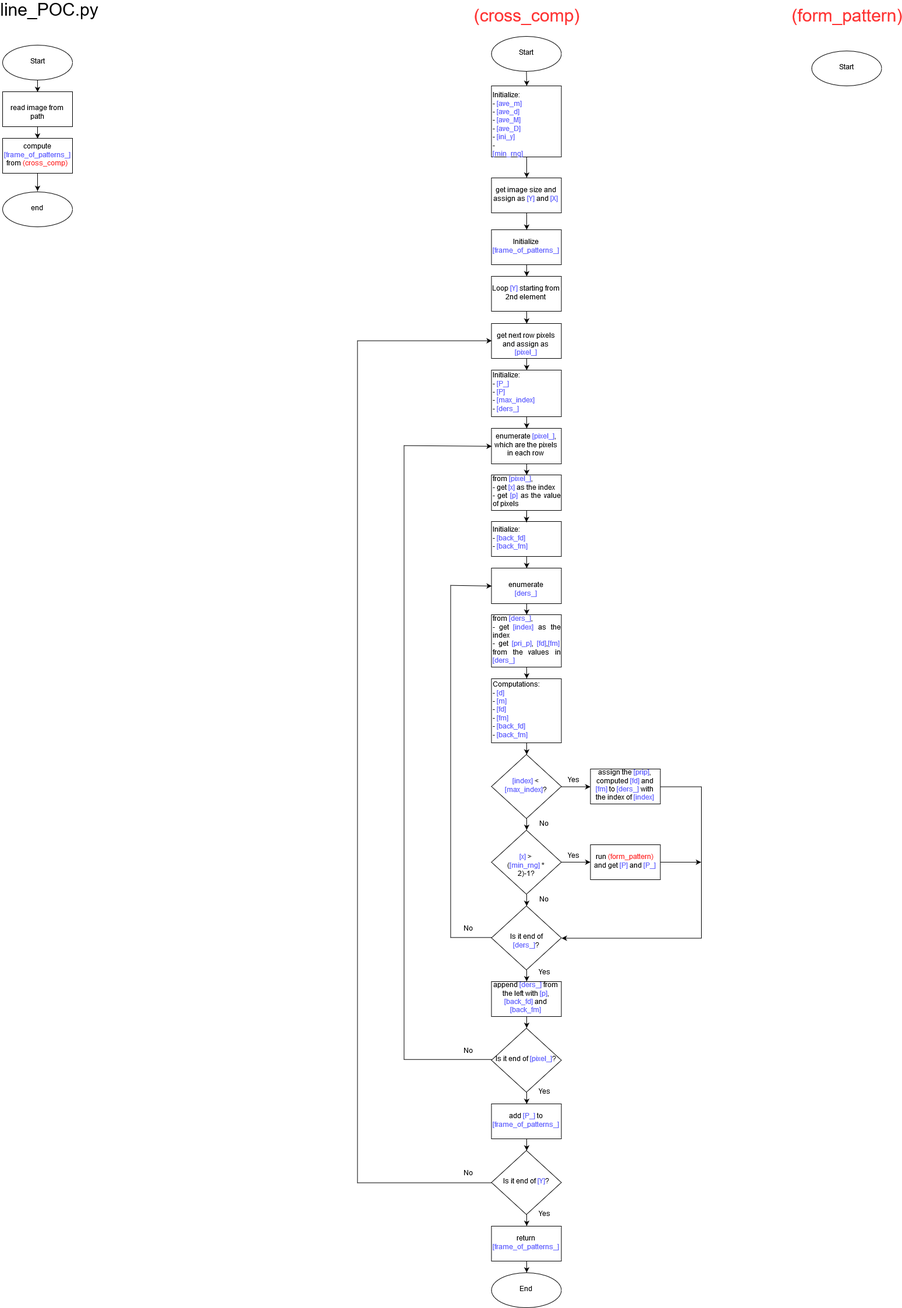
Above: line_1D_alg/line_POC.png in boris-kz/CogAlg (draw.io), before the change. Source tidied: cells renumbered, new cells last; positions are measured from the earlier drawing's top-left corner, leaving out a move shared by most shapes.
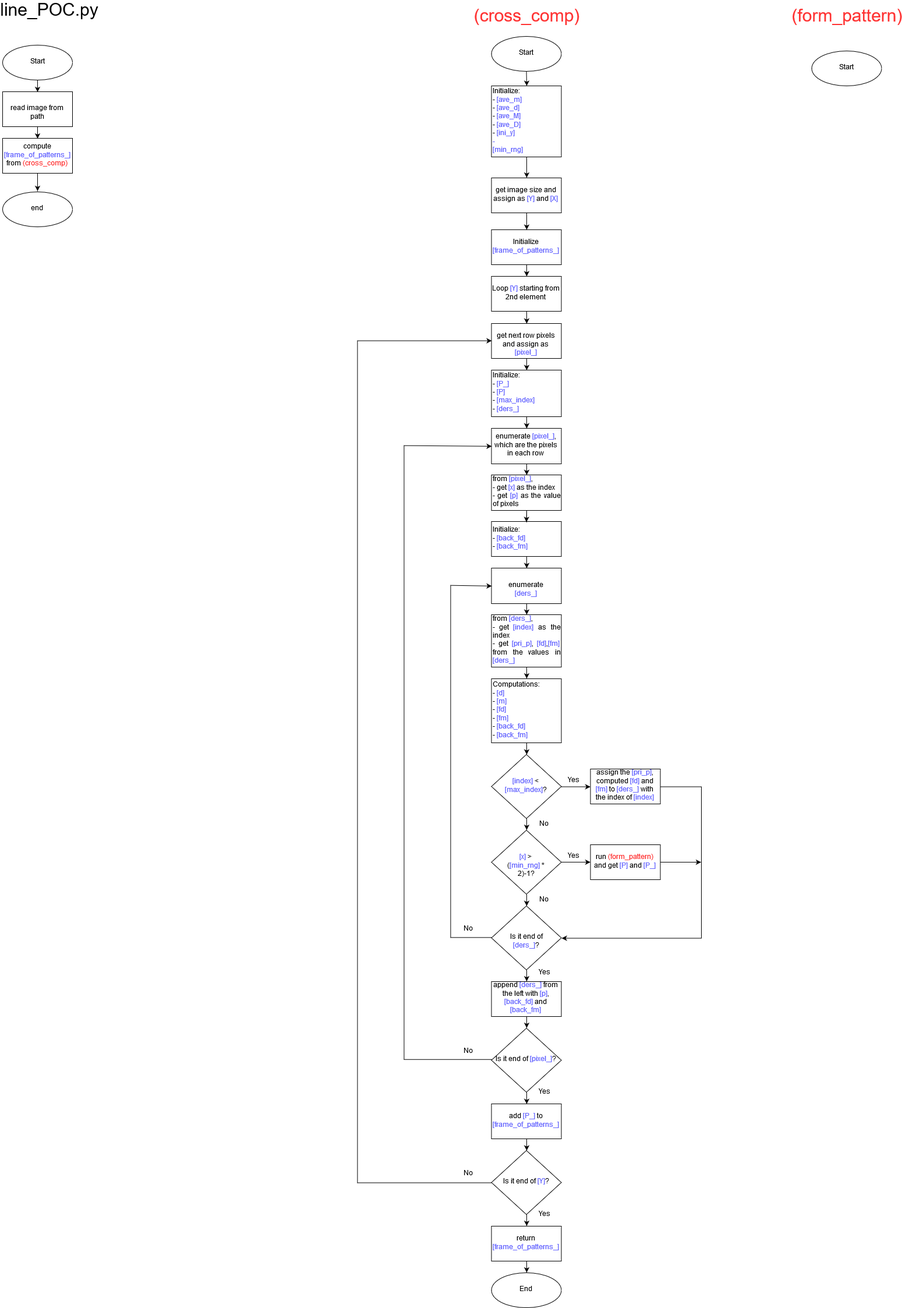
Above is the later version.

Diff of the diagram source:
```diff
@@ -44,7 +44,7 @@
     <mxCell id="13" style="edgeStyle=orthogonalEdgeStyle;rounded=0;jettySize=auto;html=1;entryX=0.5;entryY=0;entryDx=0;entryDy=0;" parent="1" edge="1" source="14" target="16">
       <mxGeometry relative="1" as="geometry" />
     </mxCell>
-    <mxCell id="14" value="&lt;div align=&quot;justify&quot;&gt;Initialize:&lt;/div&gt;&lt;div align=&quot;justify&quot;&gt;- &lt;font color=&quot;#6666FF&quot;&gt;[ave_m]&lt;/font&gt;&lt;/div&gt;&lt;div align=&quot;justify&quot;&gt;- &lt;font color=&quot;#6666FF&quot;&gt;[ave_d]&lt;/font&gt;&lt;/div&gt;&lt;div align=&quot;justify&quot;&gt;- &lt;font color=&quot;#6666FF&quot;&gt;[ave_M]&lt;/font&gt;&lt;/div&gt;&lt;div align=&quot;justify&quot;&gt;- &lt;font color=&quot;#6666FF&quot;&gt;[ave_D]&lt;/font&gt;&lt;/div&gt;&lt;div align=&quot;justify&quot;&gt;- &lt;font color=&quot;#6666FF&quot;&gt;[ini_y]&lt;/font&gt;&lt;/div&gt;&lt;div align=&quot;justify&quot;&gt;- &lt;font color=&quot;#6666FF&quot;&gt;[min_rng]&lt;/font&gt;&lt;br&gt;&lt;/div&gt;" style="rounded=0;whiteSpace=wrap;html=1;align=left;" parent="1" vertex="1">
+    <mxCell id="14" value="&lt;div align=&quot;justify&quot;&gt;Initialize:&lt;/div&gt;&lt;div align=&quot;justify&quot;&gt;- &lt;font color=&quot;#6666FF&quot;&gt;[ave_m]&lt;/font&gt;&lt;/div&gt;&lt;div align=&quot;justify&quot;&gt;- &lt;font color=&quot;#6666FF&quot;&gt;[ave_d]&lt;/font&gt;&lt;/div&gt;&lt;div align=&quot;justify&quot;&gt;- &lt;font color=&quot;#6666FF&quot;&gt;[ave_M]&lt;/font&gt;&lt;/div&gt;&lt;div align=&quot;justify&quot;&gt;- &lt;font color=&quot;#6666FF&quot;&gt;[ave_D]&lt;/font&gt;&lt;/div&gt;&lt;div align=&quot;justify&quot;&gt;- &lt;font color=&quot;#6666FF&quot;&gt;[ini_y]&lt;/font&gt;&lt;/div&gt;&lt;div align=&quot;justify&quot;&gt;&lt;font color=&quot;#6666FF&quot;&gt;- [min_rng]&lt;/font&gt;&lt;/div&gt;&lt;div align=&quot;justify&quot;&gt;&lt;font color=&quot;#6666FF&quot;&gt;&lt;br&gt;&lt;/font&gt;&lt;/div&gt;" style="rounded=0;whiteSpace=wrap;html=1;align=left;" parent="1" vertex="1">
       <mxGeometry x="839.5" y="140" width="120" height="122" as="geometry" />
     </mxCell>
     <mxCell id="15" style="edgeStyle=orthogonalEdgeStyle;rounded=0;jettySize=auto;html=1;entryX=0.5;entryY=0;entryDx=0;entryDy=0;" parent="1" edge="1" source="16" target="5">
@@ -99,7 +99,7 @@
         </Array>
       </mxGeometry>
     </mxCell>
-    <mxCell id="30" value="assign the &lt;font color=&quot;#6666FF&quot;&gt;[prip]&lt;/font&gt;, computed &lt;font color=&quot;#6666FF&quot;&gt;[fd]&lt;/font&gt; and &lt;font color=&quot;#6666FF&quot;&gt;[fm]&lt;/font&gt; to &lt;font color=&quot;#6666FF&quot;&gt;[ders_]&lt;/font&gt; with the index of &lt;font color=&quot;#6666FF&quot;&gt;[index]&lt;/font&gt;" style="rounded=0;whiteSpace=wrap;html=1;" parent="1" vertex="1">
+    <mxCell id="30" value="assign the &lt;font color=&quot;#6666FF&quot;&gt;[pri_p]&lt;/font&gt;, computed &lt;font color=&quot;#6666FF&quot;&gt;[fd]&lt;/font&gt; and &lt;font color=&quot;#6666FF&quot;&gt;[fm]&lt;/font&gt; to &lt;font color=&quot;#6666FF&quot;&gt;[ders_]&lt;/font&gt; with the index of &lt;font color=&quot;#6666FF&quot;&gt;[index]&lt;/font&gt;" style="rounded=0;whiteSpace=wrap;html=1;" parent="1" vertex="1">
       <mxGeometry x="1009.5" y="1313" width="120" height="60" as="geometry" />
     </mxCell>
     <mxCell id="31" style="edgeStyle=orthogonalEdgeStyle;rounded=0;jettySize=auto;html=1;entryX=0;entryY=0.5;entryDx=0;entryDy=0;" parent="1" edge="1" source="33" target="30">
```
